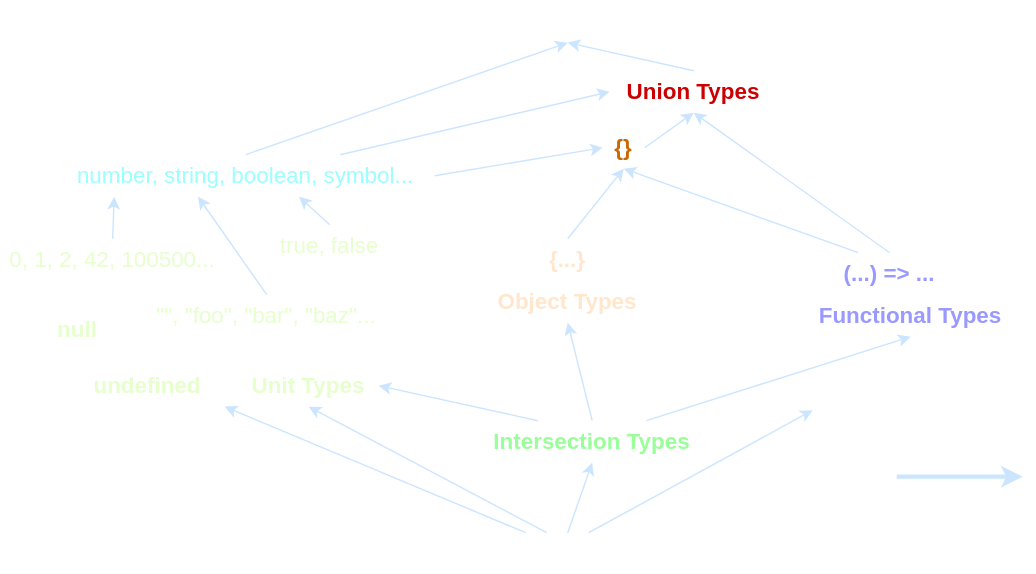
alfertev2014/holyjs-2025-autumn keeps this draw.io diagram as images/grid_of_types.svg. Above is the earlier version. Source tidied: cells renumbered, new cells last; positions are measured from the earlier drawing's top-left corner, leaving out a move shared by most shapes.
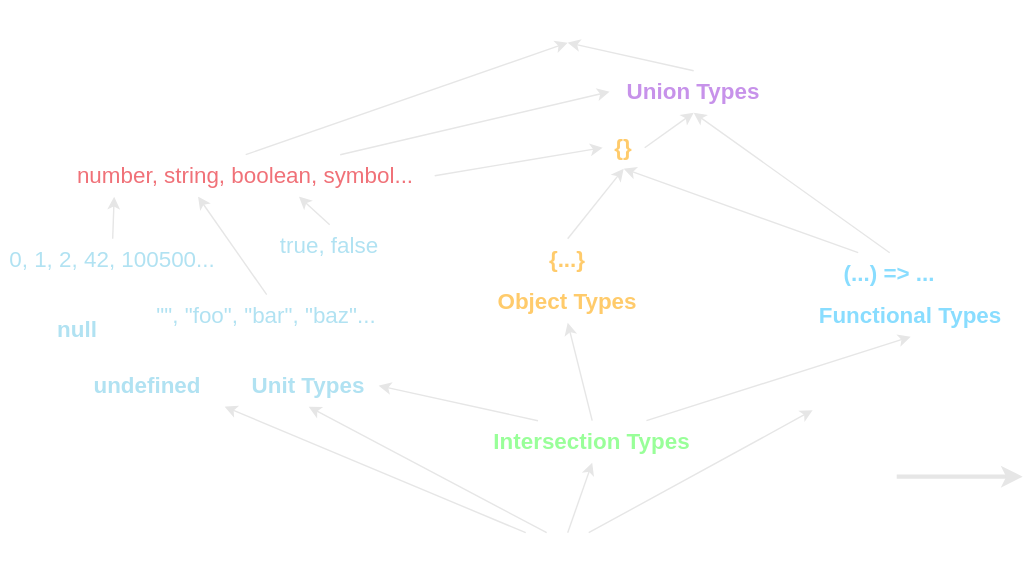
Above is the later version.

The edit, as a diff of the source:
```diff
@@ -11,108 +11,108 @@
     <mxCell id="4" value="void" style="text;html=1;align=center;verticalAlign=middle;whiteSpace=wrap;rounded=0;fontStyle=1;fontSize=16;fontColor=#FFFFFF;" parent="1" vertex="1">
       <mxGeometry x="650" width="90" height="30" as="geometry" />
     </mxCell>
-    <mxCell id="5" style="edgeStyle=none;html=1;exitX=0.5;exitY=0;exitDx=0;exitDy=0;entryX=0.5;entryY=1;entryDx=0;entryDy=0;strokeColor=#CCE5FF;" parent="1" edge="1" source="6" target="2">
+    <mxCell id="5" style="edgeStyle=none;html=1;exitX=0.5;exitY=0;exitDx=0;exitDy=0;entryX=0.5;entryY=1;entryDx=0;entryDy=0;strokeColor=#E6E6E6;" parent="1" edge="1" source="6" target="2">
       <mxGeometry relative="1" as="geometry" />
     </mxCell>
-    <mxCell id="6" value="Union Types" style="text;html=1;align=center;verticalAlign=middle;whiteSpace=wrap;rounded=0;fontStyle=1;fontSize=16;fontColor=#CC0000;" parent="1" vertex="1">
+    <mxCell id="6" value="Union Types" style="text;html=1;align=center;verticalAlign=middle;whiteSpace=wrap;rounded=0;fontStyle=1;fontSize=16;fontColor=#C792EA;" parent="1" vertex="1">
       <mxGeometry x="435" y="50" width="120" height="30" as="geometry" />
     </mxCell>
-    <mxCell id="7" value="Unit Types" style="text;html=1;align=center;verticalAlign=middle;whiteSpace=wrap;rounded=0;fontStyle=1;fontSize=16;fontColor=#E6FFCC;" parent="1" vertex="1">
+    <mxCell id="7" value="Unit Types" style="text;html=1;align=center;verticalAlign=middle;whiteSpace=wrap;rounded=0;fontStyle=1;fontSize=16;fontColor=#B1E2F2;" parent="1" vertex="1">
       <mxGeometry x="170" y="260" width="100" height="30" as="geometry" />
     </mxCell>
-    <mxCell id="8" value="Object Types" style="text;html=1;align=center;verticalAlign=middle;whiteSpace=wrap;rounded=0;fontStyle=1;fontSize=16;fontColor=#FFE6CC;" parent="1" vertex="1">
+    <mxCell id="8" value="Object Types" style="text;html=1;align=center;verticalAlign=middle;whiteSpace=wrap;rounded=0;fontStyle=1;fontSize=16;fontColor=#FFCB6B;" parent="1" vertex="1">
       <mxGeometry x="345" y="200" width="120" height="30" as="geometry" />
     </mxCell>
-    <mxCell id="9" value="Functional Types" style="text;html=1;align=center;verticalAlign=middle;whiteSpace=wrap;rounded=0;fontStyle=1;fontSize=16;fillColor=none;strokeColor=none;fontColor=#9999FF;" parent="1" vertex="1">
+    <mxCell id="9" value="Functional Types" style="text;html=1;align=center;verticalAlign=middle;whiteSpace=wrap;rounded=0;fontStyle=1;fontSize=16;fillColor=none;strokeColor=none;fontColor=#89DDFF;" parent="1" vertex="1">
       <mxGeometry x="570" y="210" width="160" height="30" as="geometry" />
     </mxCell>
-    <mxCell id="10" style="edgeStyle=none;html=1;exitX=1;exitY=0.5;exitDx=0;exitDy=0;entryX=0;entryY=0.5;entryDx=0;entryDy=0;strokeColor=#CCE5FF;" parent="1" edge="1" source="13" target="23">
+    <mxCell id="10" style="edgeStyle=none;html=1;exitX=1;exitY=0.5;exitDx=0;exitDy=0;entryX=0;entryY=0.5;entryDx=0;entryDy=0;strokeColor=#E6E6E6;" parent="1" edge="1" source="13" target="23">
       <mxGeometry relative="1" as="geometry" />
     </mxCell>
-    <mxCell id="11" style="edgeStyle=none;html=1;exitX=0.75;exitY=0;exitDx=0;exitDy=0;entryX=0;entryY=0.5;entryDx=0;entryDy=0;strokeColor=#CCE5FF;" parent="1" edge="1" source="13" target="6">
+    <mxCell id="11" style="edgeStyle=none;html=1;exitX=0.75;exitY=0;exitDx=0;exitDy=0;entryX=0;entryY=0.5;entryDx=0;entryDy=0;strokeColor=#E6E6E6;" parent="1" edge="1" source="13" target="6">
       <mxGeometry relative="1" as="geometry" />
     </mxCell>
-    <mxCell id="12" style="edgeStyle=none;html=1;exitX=0.5;exitY=0;exitDx=0;exitDy=0;entryX=0.5;entryY=1;entryDx=0;entryDy=0;strokeColor=#CCE5FF;" parent="1" edge="1" source="13" target="2">
+    <mxCell id="12" style="edgeStyle=none;html=1;exitX=0.5;exitY=0;exitDx=0;exitDy=0;entryX=0.5;entryY=1;entryDx=0;entryDy=0;strokeColor=#E6E6E6;" parent="1" edge="1" source="13" target="2">
       <mxGeometry relative="1" as="geometry" />
     </mxCell>
-    <mxCell id="13" value="number, string, boolean, symbol..." style="text;html=1;align=center;verticalAlign=middle;whiteSpace=wrap;rounded=0;fontStyle=0;fontSize=16;fontColor=#99FFFF;" parent="1" vertex="1">
+    <mxCell id="13" value="number, string, boolean, symbol..." style="text;html=1;align=center;verticalAlign=middle;whiteSpace=wrap;rounded=0;fontStyle=0;fontSize=16;fontColor=#F07178;" parent="1" vertex="1">
       <mxGeometry x="40" y="110" width="270" height="30" as="geometry" />
     </mxCell>
-    <mxCell id="14" value="0, 1, 2, 42, 100500..." style="text;html=1;align=center;verticalAlign=middle;whiteSpace=wrap;rounded=0;fontStyle=0;fontSize=16;fontColor=#E6FFCC;" parent="1" vertex="1">
+    <mxCell id="14" value="0, 1, 2, 42, 100500..." style="text;html=1;align=center;verticalAlign=middle;whiteSpace=wrap;rounded=0;fontStyle=0;fontSize=16;fontColor=#B1E2F2;" parent="1" vertex="1">
       <mxGeometry y="170" width="160" height="30" as="geometry" />
     </mxCell>
-    <mxCell id="15" value="true, false" style="text;html=1;align=center;verticalAlign=middle;whiteSpace=wrap;rounded=0;fontStyle=0;fontSize=16;fontColor=#E6FFCC;" parent="1" vertex="1">
+    <mxCell id="15" value="true, false" style="text;html=1;align=center;verticalAlign=middle;whiteSpace=wrap;rounded=0;fontStyle=0;fontSize=16;fontColor=#B1E2F2;" parent="1" vertex="1">
       <mxGeometry x="190" y="160" width="90" height="30" as="geometry" />
     </mxCell>
-    <mxCell id="16" value="&quot;&quot;, &quot;foo&quot;, &quot;bar&quot;, &quot;baz&quot;..." style="text;html=1;align=center;verticalAlign=middle;whiteSpace=wrap;rounded=0;fontStyle=0;fontSize=16;fontColor=#E6FFCC;" parent="1" vertex="1">
+    <mxCell id="16" value="&quot;&quot;, &quot;foo&quot;, &quot;bar&quot;, &quot;baz&quot;..." style="text;html=1;align=center;verticalAlign=middle;whiteSpace=wrap;rounded=0;fontStyle=0;fontSize=16;fontColor=#B1E2F2;" parent="1" vertex="1">
       <mxGeometry x="100" y="210" width="180" height="30" as="geometry" />
     </mxCell>
-    <mxCell id="17" value="null" style="text;html=1;align=center;verticalAlign=middle;whiteSpace=wrap;rounded=0;fontStyle=1;fontSize=16;fontColor=#E6FFCC;" parent="1" vertex="1">
+    <mxCell id="17" value="null" style="text;html=1;align=center;verticalAlign=middle;whiteSpace=wrap;rounded=0;fontStyle=1;fontSize=16;fontColor=#B1E2F2;" parent="1" vertex="1">
       <mxGeometry x="20" y="220" width="70" height="30" as="geometry" />
     </mxCell>
-    <mxCell id="18" value="undefined" style="text;html=1;align=center;verticalAlign=middle;whiteSpace=wrap;rounded=0;fontStyle=1;fontSize=16;fontColor=#E6FFCC;" parent="1" vertex="1">
+    <mxCell id="18" value="undefined" style="text;html=1;align=center;verticalAlign=middle;whiteSpace=wrap;rounded=0;fontStyle=1;fontSize=16;fontColor=#B1E2F2;" parent="1" vertex="1">
       <mxGeometry x="60" y="260" width="90" height="30" as="geometry" />
     </mxCell>
-    <mxCell id="19" style="edgeStyle=none;html=1;exitX=0.5;exitY=0;exitDx=0;exitDy=0;entryX=0.152;entryY=1;entryDx=0;entryDy=0;entryPerimeter=0;strokeColor=#CCE5FF;" parent="1" edge="1" source="14" target="13">
+    <mxCell id="19" style="edgeStyle=none;html=1;exitX=0.5;exitY=0;exitDx=0;exitDy=0;entryX=0.152;entryY=1;entryDx=0;entryDy=0;entryPerimeter=0;strokeColor=#E6E6E6;" parent="1" edge="1" source="14" target="13">
       <mxGeometry relative="1" as="geometry" />
     </mxCell>
-    <mxCell id="20" style="edgeStyle=none;html=1;exitX=0.5;exitY=0;exitDx=0;exitDy=0;entryX=0.641;entryY=1;entryDx=0;entryDy=0;entryPerimeter=0;strokeColor=#CCE5FF;" parent="1" edge="1" source="15" target="13">
+    <mxCell id="20" style="edgeStyle=none;html=1;exitX=0.5;exitY=0;exitDx=0;exitDy=0;entryX=0.641;entryY=1;entryDx=0;entryDy=0;entryPerimeter=0;strokeColor=#E6E6E6;" parent="1" edge="1" source="15" target="13">
       <mxGeometry relative="1" as="geometry" />
     </mxCell>
-    <mxCell id="21" style="edgeStyle=none;html=1;exitX=0.5;exitY=0;exitDx=0;exitDy=0;entryX=0.374;entryY=1;entryDx=0;entryDy=0;entryPerimeter=0;strokeColor=#CCE5FF;" parent="1" edge="1" source="16" target="13">
+    <mxCell id="21" style="edgeStyle=none;html=1;exitX=0.5;exitY=0;exitDx=0;exitDy=0;entryX=0.374;entryY=1;entryDx=0;entryDy=0;entryPerimeter=0;strokeColor=#E6E6E6;" parent="1" edge="1" source="16" target="13">
       <mxGeometry relative="1" as="geometry" />
     </mxCell>
-    <mxCell id="22" style="edgeStyle=none;html=1;exitX=1;exitY=0.5;exitDx=0;exitDy=0;entryX=0.5;entryY=1;entryDx=0;entryDy=0;strokeColor=#CCE5FF;" parent="1" edge="1" source="23" target="6">
+    <mxCell id="22" style="edgeStyle=none;html=1;exitX=1;exitY=0.5;exitDx=0;exitDy=0;entryX=0.5;entryY=1;entryDx=0;entryDy=0;strokeColor=#E6E6E6;" parent="1" edge="1" source="23" target="6">
       <mxGeometry relative="1" as="geometry" />
     </mxCell>
-    <mxCell id="23" value="{}" style="text;html=1;align=center;verticalAlign=middle;whiteSpace=wrap;rounded=0;fontStyle=1;fontSize=16;fontColor=#CC6600;" parent="1" vertex="1">
+    <mxCell id="23" value="{}" style="text;html=1;align=center;verticalAlign=middle;whiteSpace=wrap;rounded=0;fontStyle=1;fontSize=16;fontColor=#FFCB6B;" parent="1" vertex="1">
       <mxGeometry x="430" y="90" width="30" height="30" as="geometry" />
     </mxCell>
-    <mxCell id="24" style="edgeStyle=none;html=1;exitX=0.5;exitY=0;exitDx=0;exitDy=0;entryX=0.5;entryY=1;entryDx=0;entryDy=0;strokeColor=#CCE5FF;" parent="1" edge="1" source="25" target="23">
+    <mxCell id="24" style="edgeStyle=none;html=1;exitX=0.5;exitY=0;exitDx=0;exitDy=0;entryX=0.5;entryY=1;entryDx=0;entryDy=0;strokeColor=#E6E6E6;" parent="1" edge="1" source="25" target="23">
       <mxGeometry relative="1" as="geometry" />
     </mxCell>
-    <mxCell id="25" value="{...}" style="text;html=1;align=center;verticalAlign=middle;whiteSpace=wrap;rounded=0;fontStyle=1;fontSize=16;fontColor=#FFE6CC;" parent="1" vertex="1">
+    <mxCell id="25" value="{...}" style="text;html=1;align=center;verticalAlign=middle;whiteSpace=wrap;rounded=0;fontStyle=1;fontSize=16;fontColor=#FFCB6B;" parent="1" vertex="1">
       <mxGeometry x="360" y="170" width="90" height="30" as="geometry" />
     </mxCell>
-    <mxCell id="26" style="edgeStyle=none;html=1;exitX=0.5;exitY=0;exitDx=0;exitDy=0;entryX=0.5;entryY=1;entryDx=0;entryDy=0;strokeColor=#CCE5FF;" parent="1" edge="1" source="28" target="6">
+    <mxCell id="26" style="edgeStyle=none;html=1;exitX=0.5;exitY=0;exitDx=0;exitDy=0;entryX=0.5;entryY=1;entryDx=0;entryDy=0;strokeColor=#E6E6E6;" parent="1" edge="1" source="28" target="6">
       <mxGeometry relative="1" as="geometry" />
     </mxCell>
-    <mxCell id="27" style="edgeStyle=none;html=1;exitX=0.25;exitY=0;exitDx=0;exitDy=0;entryX=0.5;entryY=1;entryDx=0;entryDy=0;strokeColor=#CCE5FF;" parent="1" edge="1" source="28" target="23">
+    <mxCell id="27" style="edgeStyle=none;html=1;exitX=0.25;exitY=0;exitDx=0;exitDy=0;entryX=0.5;entryY=1;entryDx=0;entryDy=0;strokeColor=#E6E6E6;" parent="1" edge="1" source="28" target="23">
       <mxGeometry relative="1" as="geometry" />
     </mxCell>
-    <mxCell id="28" value="(...) =&amp;gt; ..." style="text;html=1;align=center;verticalAlign=middle;whiteSpace=wrap;rounded=0;fontStyle=1;fontSize=16;fontColor=#9999FF;" parent="1" vertex="1">
+    <mxCell id="28" value="(...) =&amp;gt; ..." style="text;html=1;align=center;verticalAlign=middle;whiteSpace=wrap;rounded=0;fontStyle=1;fontSize=16;fontColor=#89DDFF;" parent="1" vertex="1">
       <mxGeometry x="590" y="180" width="90" height="30" as="geometry" />
     </mxCell>
-    <mxCell id="29" style="edgeStyle=none;html=1;exitX=0.25;exitY=0;exitDx=0;exitDy=0;entryX=1;entryY=0.5;entryDx=0;entryDy=0;strokeColor=#CCE5FF;" parent="1" edge="1" source="32" target="7">
+    <mxCell id="29" style="edgeStyle=none;html=1;exitX=0.25;exitY=0;exitDx=0;exitDy=0;entryX=1;entryY=0.5;entryDx=0;entryDy=0;strokeColor=#E6E6E6;" parent="1" edge="1" source="32" target="7">
       <mxGeometry relative="1" as="geometry" />
     </mxCell>
-    <mxCell id="30" style="edgeStyle=none;html=1;exitX=0.5;exitY=0;exitDx=0;exitDy=0;entryX=0.5;entryY=1;entryDx=0;entryDy=0;strokeColor=#CCE5FF;" parent="1" edge="1" source="32" target="8">
+    <mxCell id="30" style="edgeStyle=none;html=1;exitX=0.5;exitY=0;exitDx=0;exitDy=0;entryX=0.5;entryY=1;entryDx=0;entryDy=0;strokeColor=#E6E6E6;" parent="1" edge="1" source="32" target="8">
       <mxGeometry relative="1" as="geometry" />
     </mxCell>
-    <mxCell id="31" style="edgeStyle=none;html=1;exitX=0.75;exitY=0;exitDx=0;exitDy=0;entryX=0.5;entryY=1;entryDx=0;entryDy=0;strokeColor=#CCE5FF;" parent="1" edge="1" source="32" target="9">
+    <mxCell id="31" style="edgeStyle=none;html=1;exitX=0.75;exitY=0;exitDx=0;exitDy=0;entryX=0.5;entryY=1;entryDx=0;entryDy=0;strokeColor=#E6E6E6;" parent="1" edge="1" source="32" target="9">
       <mxGeometry relative="1" as="geometry" />
     </mxCell>
     <mxCell id="32" value="Intersection Types" style="text;html=1;align=center;verticalAlign=middle;whiteSpace=wrap;rounded=0;fontStyle=1;fontSize=16;fontColor=#99FF99;" parent="1" vertex="1">
       <mxGeometry x="345" y="300" width="155" height="30" as="geometry" />
     </mxCell>
-    <mxCell id="33" style="edgeStyle=none;html=1;exitX=0.5;exitY=0;exitDx=0;exitDy=0;entryX=0.5;entryY=1;entryDx=0;entryDy=0;strokeColor=#CCE5FF;" parent="1" edge="1" source="37" target="32">
+    <mxCell id="33" style="edgeStyle=none;html=1;exitX=0.5;exitY=0;exitDx=0;exitDy=0;entryX=0.5;entryY=1;entryDx=0;entryDy=0;strokeColor=#E6E6E6;" parent="1" edge="1" source="37" target="32">
       <mxGeometry relative="1" as="geometry" />
     </mxCell>
-    <mxCell id="34" style="edgeStyle=none;html=1;exitX=0.25;exitY=0;exitDx=0;exitDy=0;entryX=0.5;entryY=1;entryDx=0;entryDy=0;strokeColor=#CCE5FF;" parent="1" edge="1" source="37" target="7">
+    <mxCell id="34" style="edgeStyle=none;html=1;exitX=0.25;exitY=0;exitDx=0;exitDy=0;entryX=0.5;entryY=1;entryDx=0;entryDy=0;strokeColor=#E6E6E6;" parent="1" edge="1" source="37" target="7">
       <mxGeometry relative="1" as="geometry" />
     </mxCell>
-    <mxCell id="35" style="edgeStyle=none;html=1;exitX=0;exitY=0;exitDx=0;exitDy=0;strokeColor=#CCE5FF;" parent="1" edge="1" source="37">
+    <mxCell id="35" style="edgeStyle=none;html=1;exitX=0;exitY=0;exitDx=0;exitDy=0;strokeColor=#E6E6E6;" parent="1" edge="1" source="37">
       <mxGeometry relative="1" as="geometry">
         <mxPoint x="160" y="290" as="targetPoint" />
       </mxGeometry>
     </mxCell>
-    <mxCell id="36" style="edgeStyle=none;html=1;exitX=0.75;exitY=0;exitDx=0;exitDy=0;entryX=0;entryY=0.75;entryDx=0;entryDy=0;strokeColor=#CCE5FF;" parent="1" edge="1" source="37" target="39">
+    <mxCell id="36" style="edgeStyle=none;html=1;exitX=0.75;exitY=0;exitDx=0;exitDy=0;entryX=0;entryY=0.75;entryDx=0;entryDy=0;strokeColor=#E6E6E6;" parent="1" edge="1" source="37" target="39">
       <mxGeometry relative="1" as="geometry" />
     </mxCell>
     <mxCell id="37" value="never" style="text;html=1;align=center;verticalAlign=middle;whiteSpace=wrap;rounded=0;fontStyle=1;fontSize=16;fontColor=#FFFFFF;" parent="1" vertex="1">
       <mxGeometry x="375" y="380" width="60" height="30" as="geometry" />
     </mxCell>
-    <mxCell id="38" style="endArrow=classic;html=1;strokeWidth=3;strokeColor=#CCE5FF;" parent="1" edge="1">
+    <mxCell id="38" style="endArrow=classic;html=1;strokeWidth=3;strokeColor=#E6E6E6;" parent="1" edge="1">
       <mxGeometry relative="1" as="geometry">
         <mxPoint x="640" y="340" as="sourcePoint" />
         <mxPoint x="730" y="340" as="targetPoint" />
```
